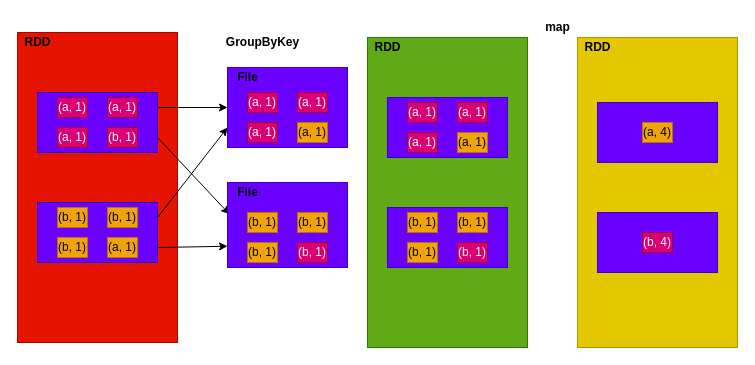
Earlier version of the draw.io diagram bigdata/spark-inter.drawio (yiluohan1234/drawIoImages). Source tidied: cells renumbered, new cells numbered last; positions are measured from the earlier drawing's top-left corner, leaving out a move shared by most shapes. Both pictures are drawn from the tidied source at 100%, with x=0, y=0 at pixel (17, 17).
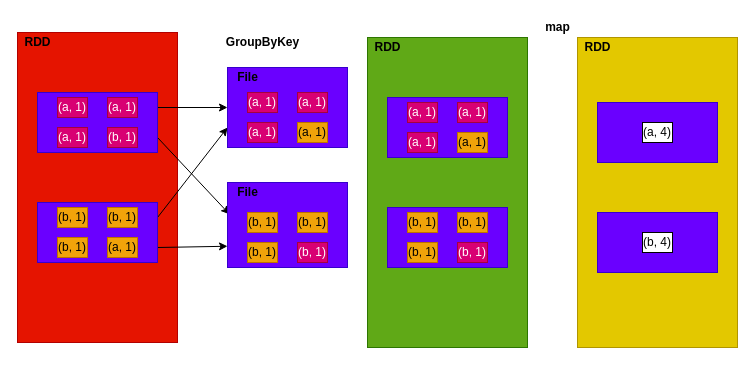
The same page after the edit.

The edit, as a diff of the source:
```diff
@@
-    <mxCell id="42" value="(a, 4)" style="rounded=0;whiteSpace=wrap;html=1;shadow=0;labelBackgroundColor=none;labelBorderColor=none;fillColor=#f0a30a;fontColor=#000000;strokeColor=#BD7000;" parent="1" vertex="1">
+    <mxCell id="42" value="(a, 4)" style="rounded=0;whiteSpace=wrap;html=1;shadow=0;labelBackgroundColor=none;labelBorderColor=none;" parent="1" vertex="1">
       <mxGeometry x="625" y="105" width="30" height="20" as="geometry" />
     </mxCell>
@@
-    <mxCell id="44" value="(b, 4)" style="rounded=0;whiteSpace=wrap;html=1;shadow=0;labelBackgroundColor=none;labelBorderColor=none;fillColor=#d80073;fontColor=#ffffff;strokeColor=#A50040;" parent="1" vertex="1">
+    <mxCell id="44" value="(b, 4)" style="rounded=0;whiteSpace=wrap;html=1;shadow=0;labelBackgroundColor=none;labelBorderColor=none;" parent="1" vertex="1">
       <mxGeometry x="625" y="215" width="30" height="20" as="geometry" />
     </mxCell>
```
